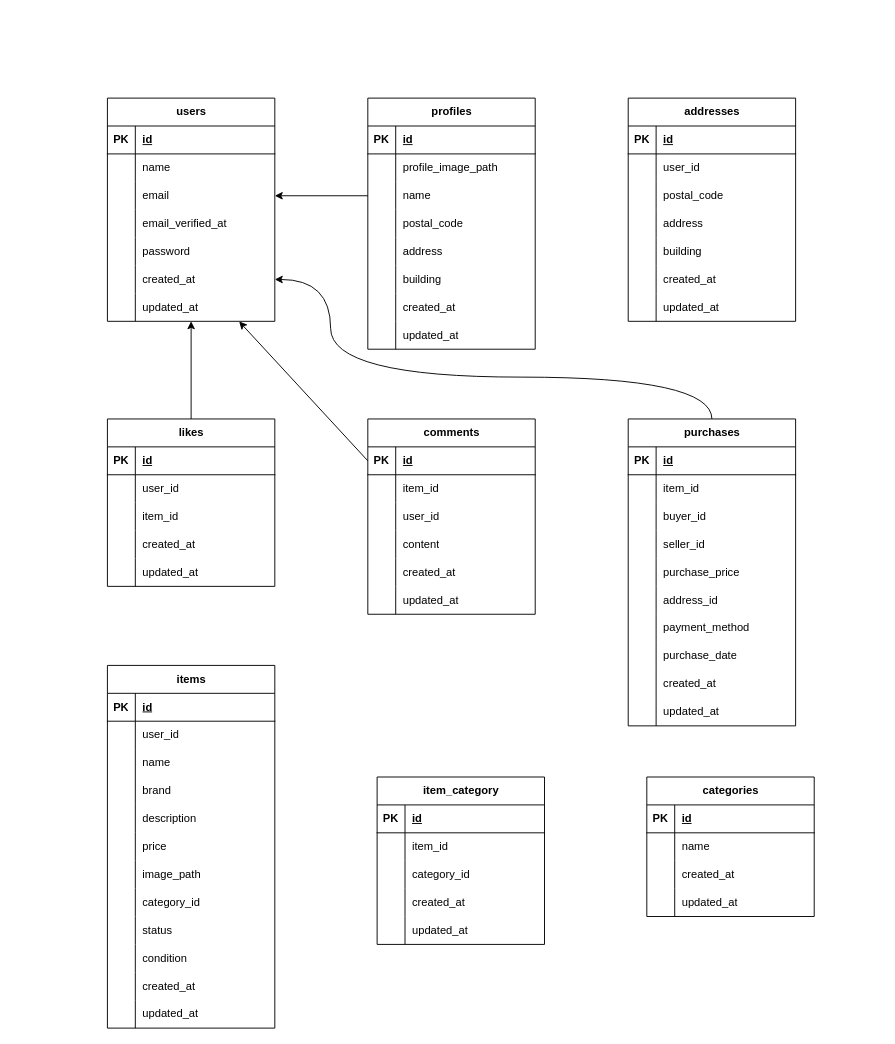
This is erd.dio from atyamaru1211/mogi-1, a draw.io file, before an edit. Source tidied: cells renumbered, new cells numbered last; positions are measured from the earlier drawing's top-left corner, leaving out a move shared by most shapes. Both pictures are drawn from the tidied source at 93%, with x=0, y=0 at pixel (107, 98).
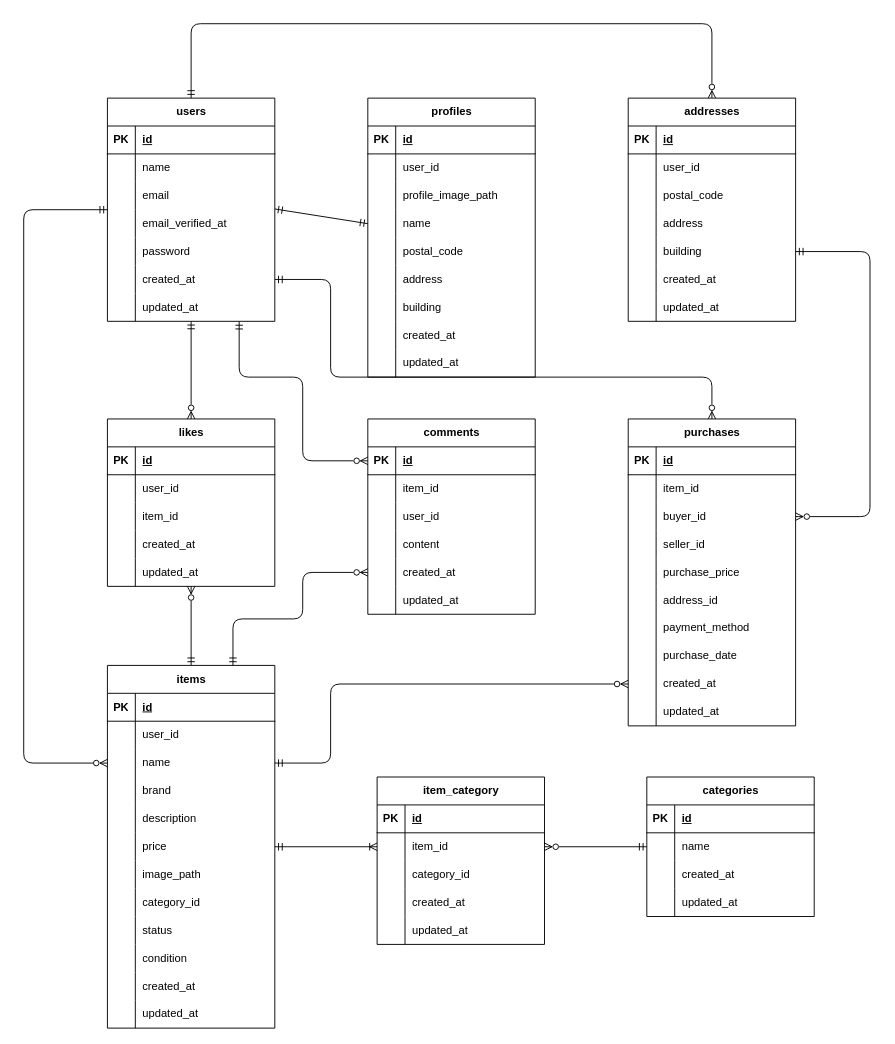
The same page after the edit.

The change refers to these unchanged cells:
```xml
<mxCell id="2" value="users" style="shape=table;startSize=30;childLayout=tableLayout;rowLines=0;fontStyle=1;align=center;html=1;" parent="1" vertex="1">
  <mxGeometry width="180" height="240" as="geometry" />
</mxCell>
<mxCell id="9" style="shape=tableRow;horizontal=0;startSize=0;swimlaneHead=0;swimlaneBody=0;fillColor=none;points=[[0,0.5],[1,0.5]];portConstraint=eastwest;top=0;left=0;right=0;bottom=0;" parent="2" vertex="1">
  <mxGeometry y="90" width="180" height="30" as="geometry" />
</mxCell>
<mxCell id="12" style="shape=tableRow;horizontal=0;startSize=0;swimlaneHead=0;swimlaneBody=0;fillColor=none;points=[[0,0.5],[1,0.5]];portConstraint=eastwest;top=0;left=0;right=0;bottom=0;" parent="2" vertex="1">
  <mxGeometry y="120" width="180" height="30" as="geometry" />
</mxCell>
<mxCell id="18" style="shape=tableRow;horizontal=0;startSize=0;swimlaneHead=0;swimlaneBody=0;fillColor=none;points=[[0,0.5],[1,0.5]];portConstraint=eastwest;top=0;left=0;right=0;bottom=0;" parent="2" vertex="1">
  <mxGeometry y="180" width="180" height="30" as="geometry" />
</mxCell>
<mxCell id="21" style="shape=tableRow;horizontal=0;startSize=0;swimlaneHead=0;swimlaneBody=0;fillColor=none;points=[[0,0.5],[1,0.5]];portConstraint=eastwest;top=0;left=0;right=0;bottom=0;" parent="2" vertex="1">
  <mxGeometry y="210" width="180" height="30" as="geometry" />
</mxCell>
<mxCell id="24" value="items" style="shape=table;startSize=30;childLayout=tableLayout;rowLines=0;fontStyle=1;align=center;html=1;" parent="1" vertex="1">
  <mxGeometry y="610" width="180" height="390" as="geometry" />
</mxCell>
<mxCell id="31" style="shape=tableRow;horizontal=0;startSize=0;swimlaneHead=0;swimlaneBody=0;fillColor=none;points=[[0,0.5],[1,0.5]];portConstraint=eastwest;top=0;left=0;right=0;bottom=0;" parent="24" vertex="1">
  <mxGeometry y="90" width="180" height="30" as="geometry" />
</mxCell>
<mxCell id="40" style="shape=tableRow;horizontal=0;startSize=0;swimlaneHead=0;swimlaneBody=0;fillColor=none;points=[[0,0.5],[1,0.5]];portConstraint=eastwest;top=0;left=0;right=0;bottom=0;" parent="24" vertex="1">
  <mxGeometry y="180" width="180" height="30" as="geometry" />
</mxCell>
<mxCell id="62" value="purchases" style="shape=table;startSize=30;childLayout=tableLayout;rowLines=0;fontStyle=1;align=center;html=1;" parent="1" vertex="1">
  <mxGeometry x="560" y="345" width="180" height="330" as="geometry" />
</mxCell>
<mxCell id="69" style="shape=tableRow;horizontal=0;startSize=0;swimlaneHead=0;swimlaneBody=0;fillColor=none;points=[[0,0.5],[1,0.5]];portConstraint=eastwest;top=0;left=0;right=0;bottom=0;" parent="62" vertex="1">
  <mxGeometry y="90" width="180" height="30" as="geometry" />
</mxCell>
<mxCell id="87" style="shape=tableRow;horizontal=0;startSize=0;swimlaneHead=0;swimlaneBody=0;fillColor=none;points=[[0,0.5],[1,0.5]];portConstraint=eastwest;top=0;left=0;right=0;bottom=0;" parent="62" vertex="1">
  <mxGeometry y="270" width="180" height="30" as="geometry" />
</mxCell>
<mxCell id="94" value="likes" style="shape=table;startSize=30;childLayout=tableLayout;rowLines=0;fontStyle=1;align=center;html=1;" parent="1" vertex="1">
  <mxGeometry y="345" width="180" height="180" as="geometry" />
</mxCell>
<mxCell id="107" style="shape=tableRow;horizontal=0;startSize=0;swimlaneHead=0;swimlaneBody=0;fillColor=none;points=[[0,0.5],[1,0.5]];portConstraint=eastwest;top=0;left=0;right=0;bottom=0;" parent="94" vertex="1">
  <mxGeometry y="150" width="180" height="30" as="geometry" />
</mxCell>
<mxCell id="114" style="shape=tableRow;horizontal=0;startSize=0;swimlaneHead=0;swimlaneBody=0;fillColor=none;points=[[0,0.5],[1,0.5]];portConstraint=eastwest;top=0;left=0;right=0;bottom=0;" parent="110" vertex="1">
  <mxGeometry y="60" width="180" height="30" as="geometry" />
</mxCell>
<mxCell id="127" style="shape=tableRow;horizontal=0;startSize=0;swimlaneHead=0;swimlaneBody=0;fillColor=none;points=[[0,0.5],[1,0.5]];portConstraint=eastwest;top=0;left=0;right=0;bottom=0;" parent="123" vertex="1">
  <mxGeometry y="60" width="180" height="30" as="geometry" />
</mxCell>
<mxCell id="140" style="shape=tableRow;horizontal=0;startSize=0;swimlaneHead=0;swimlaneBody=0;fillColor=none;points=[[0,0.5],[1,0.5]];portConstraint=eastwest;top=0;left=0;right=0;bottom=1;" parent="139" vertex="1">
  <mxGeometry y="30" width="180" height="30" as="geometry" />
</mxCell>
<mxCell id="152" style="shape=tableRow;horizontal=0;startSize=0;swimlaneHead=0;swimlaneBody=0;fillColor=none;points=[[0,0.5],[1,0.5]];portConstraint=eastwest;top=0;left=0;right=0;bottom=0;" parent="139" vertex="1">
  <mxGeometry y="150" width="180" height="30" as="geometry" />
</mxCell>
<mxCell id="196" style="shape=tableRow;horizontal=0;startSize=0;swimlaneHead=0;swimlaneBody=0;fillColor=none;points=[[0,0.5],[1,0.5]];portConstraint=eastwest;top=0;left=0;right=0;bottom=0;" parent="183" vertex="1">
  <mxGeometry y="150" width="180" height="30" as="geometry" />
</mxCell>
```

The edit, as a diff of the source:
```diff
@@
+    <mxCell id="207" style="edgeStyle=none;html=1;exitX=0.5;exitY=0;exitDx=0;exitDy=0;endArrow=ERzeroToMany;endFill=0;startArrow=ERmandOne;startFill=0;" parent="1" edge="1" source="24" target="107">
+      <mxGeometry relative="1" as="geometry" />
+    </mxCell>
@@
-    <mxCell id="61" style="edgeStyle=orthogonalEdgeStyle;html=1;exitX=0.5;exitY=0;exitDx=0;exitDy=0;entryX=1;entryY=0.5;entryDx=0;entryDy=0;curved=1;" parent="1" edge="1" source="62" target="18">
+    <mxCell id="61" style="edgeStyle=orthogonalEdgeStyle;html=1;exitX=0.5;exitY=0;exitDx=0;exitDy=0;entryX=1;entryY=0.5;entryDx=0;entryDy=0;endArrow=ERmandOne;endFill=0;startArrow=ERzeroToMany;startFill=0;" parent="1" edge="1" source="62" target="18">
       <mxGeometry relative="1" as="geometry">
         <Array as="points">
           <mxPoint x="650" y="300" />
           <mxPoint x="240" y="300" />
           <mxPoint x="240" y="195" />
         </Array>
       </mxGeometry>
     </mxCell>
@@
-    <mxCell id="93" style="edgeStyle=none;html=1;exitX=0.5;exitY=0;exitDx=0;exitDy=0;" parent="1" edge="1" source="94" target="21">
+    <mxCell id="93" style="edgeStyle=none;html=1;exitX=0.5;exitY=0;exitDx=0;exitDy=0;endArrow=ERmandOne;endFill=0;startArrow=ERzeroToMany;startFill=0;" parent="1" edge="1" source="94" target="21">
       <mxGeometry relative="1" as="geometry" />
     </mxCell>
@@
     <mxCell id="158" value="profiles" style="shape=table;startSize=30;childLayout=tableLayout;rowLines=0;fontStyle=1;align=center;html=1;" parent="1" vertex="1">
-      <mxGeometry x="280" width="180" height="270" as="geometry" />
+      <mxGeometry x="280" width="180" height="300" as="geometry" />
     </mxCell>
@@
+    <mxCell id="208" style="shape=tableRow;horizontal=0;startSize=0;swimlaneHead=0;swimlaneBody=0;fillColor=none;top=0;left=0;right=0;bottom=0;" parent="158" vertex="1">
+      <mxGeometry y="60" width="180" height="30" as="geometry" />
+    </mxCell>
+    <mxCell id="209" style="shape=partialRectangle;fillColor=none;top=0;left=0;bottom=0;right=0;overflow=hidden;whiteSpace=wrap;html=1;" parent="208" vertex="1">
+      <mxGeometry width="30" height="30" as="geometry" />
+    </mxCell>
+    <mxCell id="210" value="user_id" style="shape=partialRectangle;fillColor=none;top=0;left=0;bottom=0;right=0;align=left;spacingLeft=6;overflow=hidden;whiteSpace=wrap;html=1;" parent="208" vertex="1">
+      <mxGeometry x="30" width="150" height="30" as="geometry" />
+    </mxCell>
     <mxCell id="162" style="shape=tableRow;horizontal=0;startSize=0;swimlaneHead=0;swimlaneBody=0;fillColor=none;top=0;left=0;right=0;bottom=0;" parent="158" vertex="1">
-      <mxGeometry y="60" width="180" height="30" as="geometry" />
+      <mxGeometry y="90" width="180" height="30" as="geometry" />
     </mxCell>
@@
     <mxCell id="165" style="shape=tableRow;horizontal=0;startSize=0;swimlaneHead=0;swimlaneBody=0;fillColor=none;points=[[0,0.5],[1,0.5]];portConstraint=eastwest;top=0;left=0;right=0;bottom=0;" parent="158" vertex="1">
-      <mxGeometry y="90" width="180" height="30" as="geometry" />
+      <mxGeometry y="120" width="180" height="30" as="geometry" />
     </mxCell>
@@
     <mxCell id="168" style="shape=tableRow;horizontal=0;startSize=0;swimlaneHead=0;swimlaneBody=0;fillColor=none;top=0;left=0;right=0;bottom=0;" parent="158" vertex="1">
-      <mxGeometry y="120" width="180" height="30" as="geometry" />
+      <mxGeometry y="150" width="180" height="30" as="geometry" />
     </mxCell>
@@
     <mxCell id="171" style="shape=tableRow;horizontal=0;startSize=0;swimlaneHead=0;swimlaneBody=0;fillColor=none;top=0;left=0;right=0;bottom=0;" parent="158" vertex="1">
-      <mxGeometry y="150" width="180" height="30" as="geometry" />
+      <mxGeometry y="180" width="180" height="30" as="geometry" />
     </mxCell>
@@
     <mxCell id="174" style="shape=tableRow;horizontal=0;startSize=0;swimlaneHead=0;swimlaneBody=0;fillColor=none;top=0;left=0;right=0;bottom=0;" parent="158" vertex="1">
-      <mxGeometry y="180" width="180" height="30" as="geometry" />
+      <mxGeometry y="210" width="180" height="30" as="geometry" />
     </mxCell>
@@
     <mxCell id="177" style="shape=tableRow;horizontal=0;startSize=0;swimlaneHead=0;swimlaneBody=0;fillColor=none;top=0;left=0;right=0;bottom=0;" parent="158" vertex="1">
-      <mxGeometry y="210" width="180" height="30" as="geometry" />
+      <mxGeometry y="240" width="180" height="30" as="geometry" />
     </mxCell>
@@
     <mxCell id="180" style="shape=tableRow;horizontal=0;startSize=0;swimlaneHead=0;swimlaneBody=0;fillColor=none;top=0;left=0;right=0;bottom=0;" parent="158" vertex="1">
-      <mxGeometry y="240" width="180" height="30" as="geometry" />
+      <mxGeometry y="270" width="180" height="30" as="geometry" />
     </mxCell>
@@
+    <mxCell id="211" style="edgeStyle=orthogonalEdgeStyle;html=1;entryX=0.5;entryY=0;entryDx=0;entryDy=0;startArrow=ERzeroToMany;startFill=0;endArrow=ERmandOne;endFill=0;" parent="1" edge="1" target="2">
+      <mxGeometry relative="1" as="geometry">
+        <mxPoint x="650" as="sourcePoint" />
+        <Array as="points">
+          <mxPoint x="650" y="-80" />
+          <mxPoint x="90" y="-80" />
+        </Array>
+      </mxGeometry>
+    </mxCell>
@@
-    <mxCell id="205" style="edgeStyle=none;html=1;exitX=0;exitY=0.5;exitDx=0;exitDy=0;" parent="1" edge="1" source="165" target="9">
+    <mxCell id="205" style="edgeStyle=none;html=1;exitX=0;exitY=0.5;exitDx=0;exitDy=0;endArrow=ERmandOne;endFill=0;startArrow=ERmandOne;startFill=0;" parent="1" edge="1" source="165" target="9">
       <mxGeometry relative="1" as="geometry" />
     </mxCell>
-    <mxCell id="206" style="edgeStyle=none;html=1;exitX=0;exitY=0.5;exitDx=0;exitDy=0;entryX=0.787;entryY=1.007;entryDx=0;entryDy=0;entryPerimeter=0;" parent="1" edge="1" source="140" target="21">
-      <mxGeometry relative="1" as="geometry" />
+    <mxCell id="206" style="edgeStyle=orthogonalEdgeStyle;html=1;exitX=0;exitY=0.5;exitDx=0;exitDy=0;entryX=0.787;entryY=1.007;entryDx=0;entryDy=0;entryPerimeter=0;endArrow=ERmandOne;endFill=0;startArrow=ERzeroToMany;startFill=0;" parent="1" edge="1" source="140" target="21">
+      <mxGeometry relative="1" as="geometry">
+        <Array as="points">
+          <mxPoint x="210" y="390" />
+          <mxPoint x="210" y="300" />
+          <mxPoint x="142" y="300" />
+        </Array>
+      </mxGeometry>
     </mxCell>
+    <mxCell id="212" style="edgeStyle=orthogonalEdgeStyle;html=1;exitX=0;exitY=0.5;exitDx=0;exitDy=0;entryX=0;entryY=0;entryDx=0;entryDy=0;entryPerimeter=0;endArrow=ERmandOne;endFill=0;startArrow=ERzeroToMany;startFill=0;" parent="1" edge="1" source="31" target="12">
+      <mxGeometry relative="1" as="geometry">
+        <Array as="points">
+          <mxPoint x="-90" y="715" />
+          <mxPoint x="-90" y="120" />
+        </Array>
+      </mxGeometry>
+    </mxCell>
+    <mxCell id="213" style="edgeStyle=orthogonalEdgeStyle;html=1;exitX=0;exitY=0.5;exitDx=0;exitDy=0;entryX=0.75;entryY=0;entryDx=0;entryDy=0;endArrow=ERmandOne;endFill=0;startArrow=ERzeroToMany;startFill=0;" parent="1" edge="1" source="152" target="24">
+      <mxGeometry relative="1" as="geometry">
+        <Array as="points">
+          <mxPoint x="210" y="510" />
+          <mxPoint x="210" y="560" />
+          <mxPoint x="135" y="560" />
+        </Array>
+      </mxGeometry>
+    </mxCell>
+    <mxCell id="214" style="edgeStyle=orthogonalEdgeStyle;html=1;exitX=0;exitY=0.5;exitDx=0;exitDy=0;entryX=1;entryY=0.5;entryDx=0;entryDy=0;endArrow=ERmandOne;endFill=0;startArrow=ERzeroToMany;startFill=0;" parent="1" edge="1" source="87" target="31">
+      <mxGeometry relative="1" as="geometry">
+        <Array as="points">
+          <mxPoint x="240" y="630" />
+          <mxPoint x="240" y="715" />
+        </Array>
+      </mxGeometry>
+    </mxCell>
+    <mxCell id="215" style="edgeStyle=none;html=1;exitX=0;exitY=0.5;exitDx=0;exitDy=0;entryX=1;entryY=0.5;entryDx=0;entryDy=0;endArrow=ERmandOne;endFill=0;startArrow=ERoneToMany;startFill=0;" parent="1" edge="1" source="127" target="40">
+      <mxGeometry relative="1" as="geometry" />
+    </mxCell>
+    <mxCell id="216" style="edgeStyle=none;html=1;exitX=0;exitY=0.5;exitDx=0;exitDy=0;entryX=1;entryY=0.5;entryDx=0;entryDy=0;startArrow=ERmandOne;startFill=0;endArrow=ERzeroToMany;endFill=0;" parent="1" edge="1" source="114" target="127">
+      <mxGeometry relative="1" as="geometry" />
+    </mxCell>
+    <mxCell id="217" style="edgeStyle=orthogonalEdgeStyle;html=1;exitX=1;exitY=0.5;exitDx=0;exitDy=0;entryX=1;entryY=0.5;entryDx=0;entryDy=0;endArrow=ERzeroToMany;endFill=0;startArrow=ERmandOne;startFill=0;" parent="1" edge="1" source="196" target="69">
+      <mxGeometry relative="1" as="geometry">
+        <Array as="points">
+          <mxPoint x="820" y="165" />
+          <mxPoint x="820" y="450" />
+        </Array>
+      </mxGeometry>
+    </mxCell>
```
